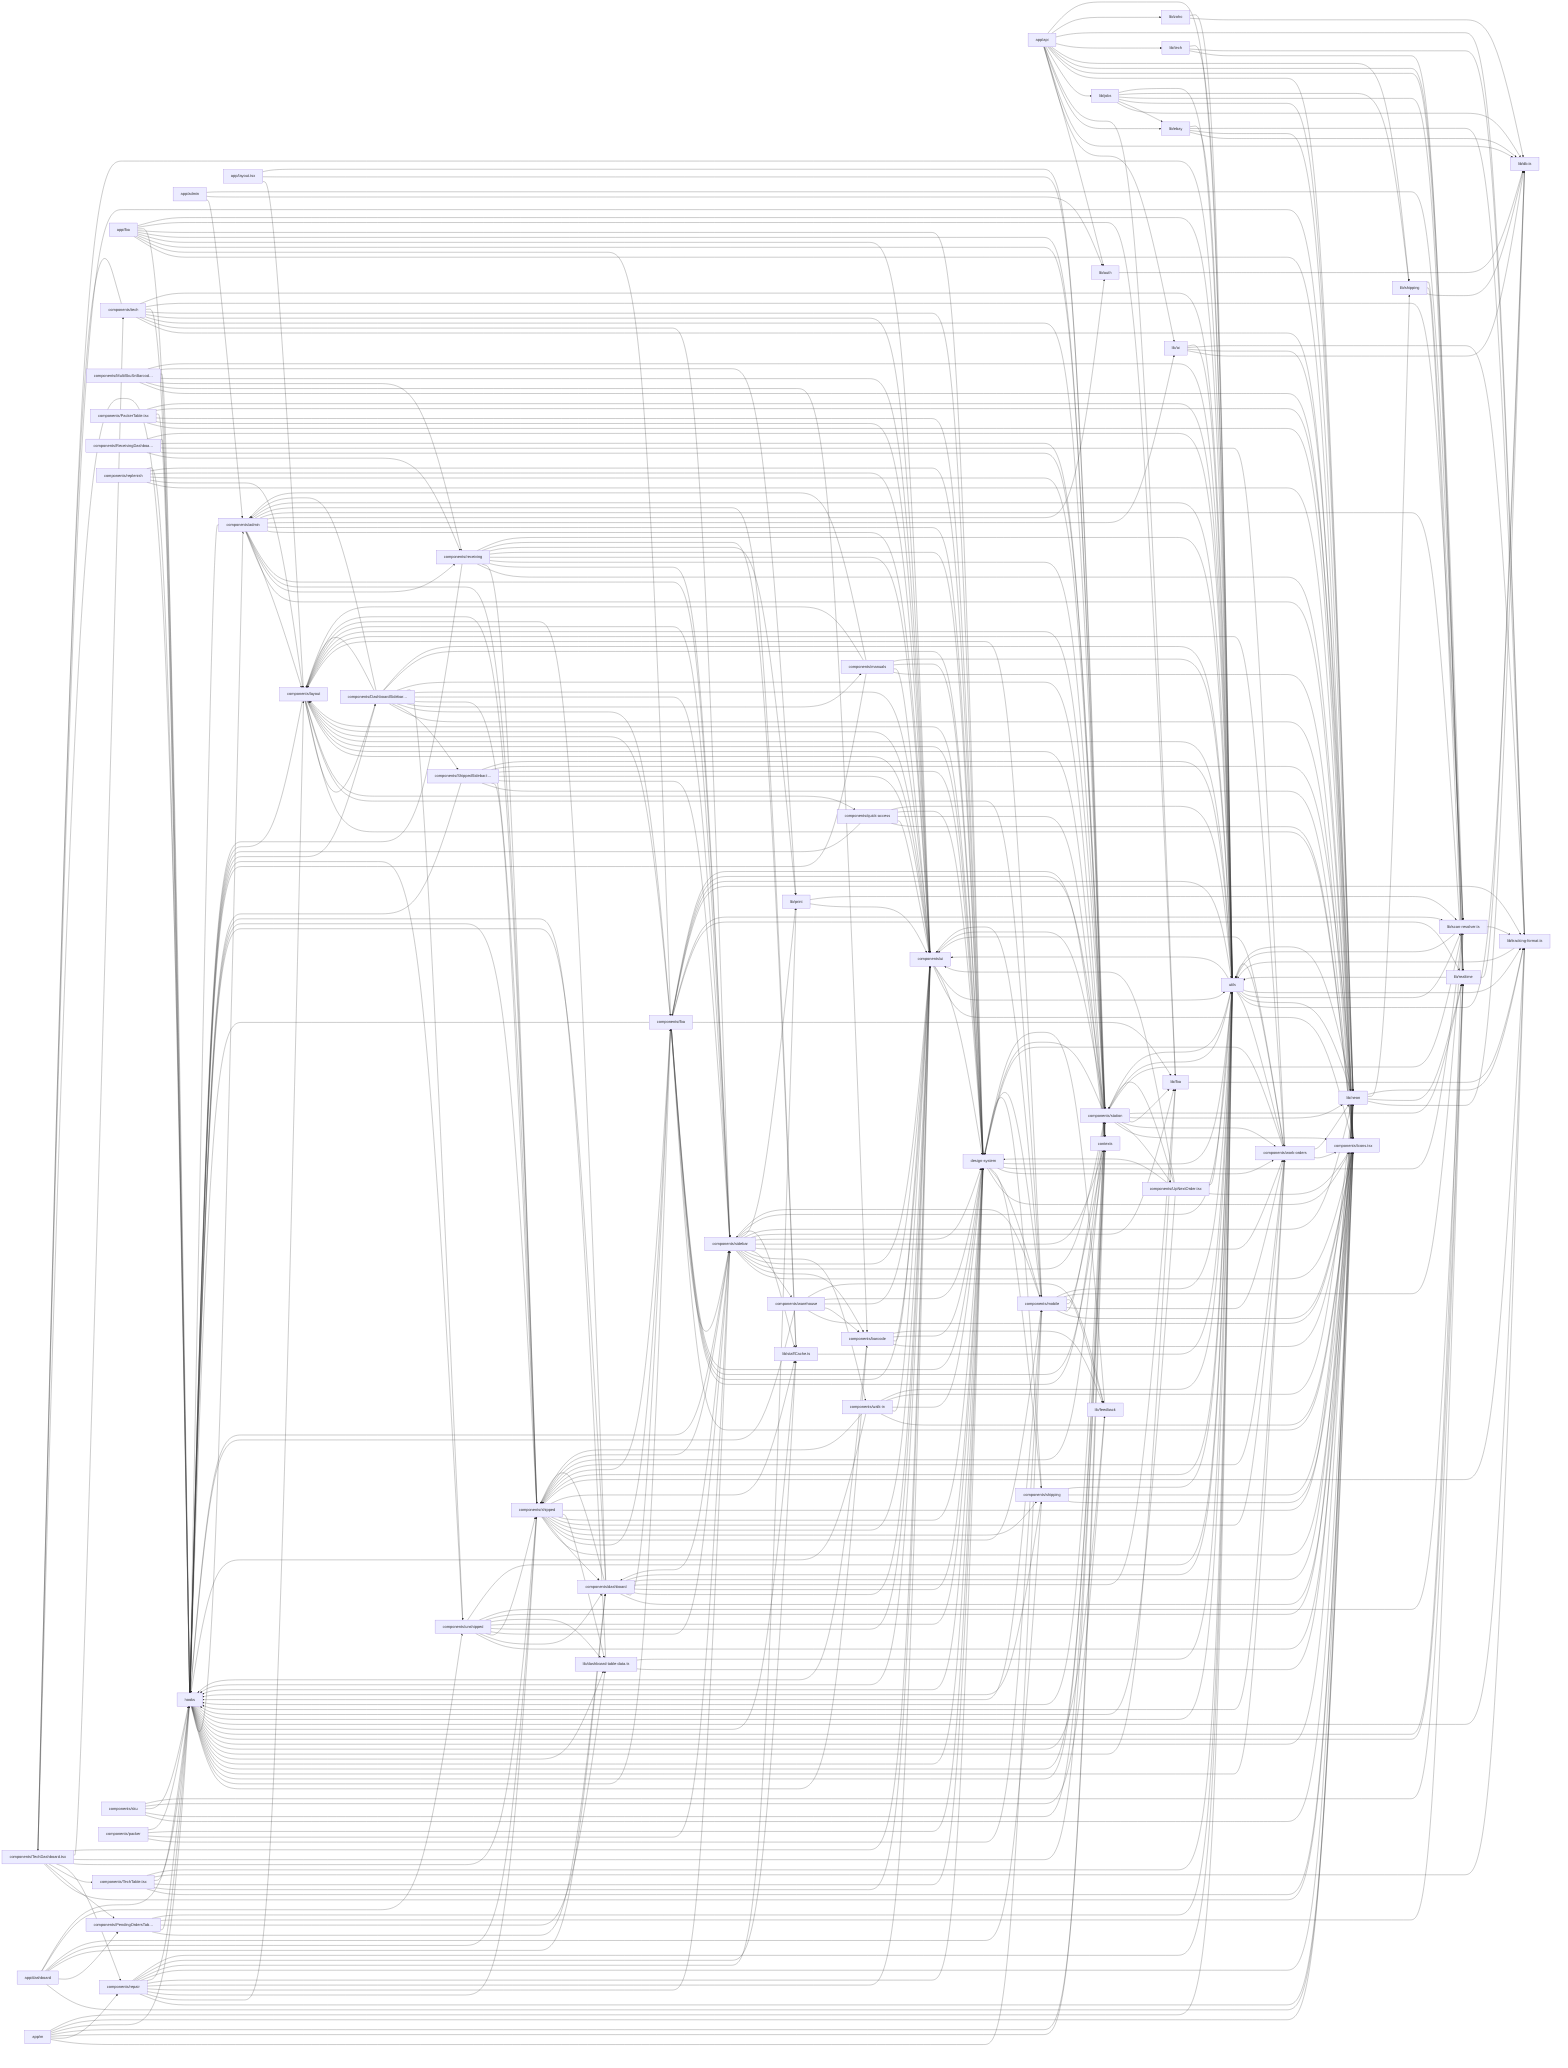
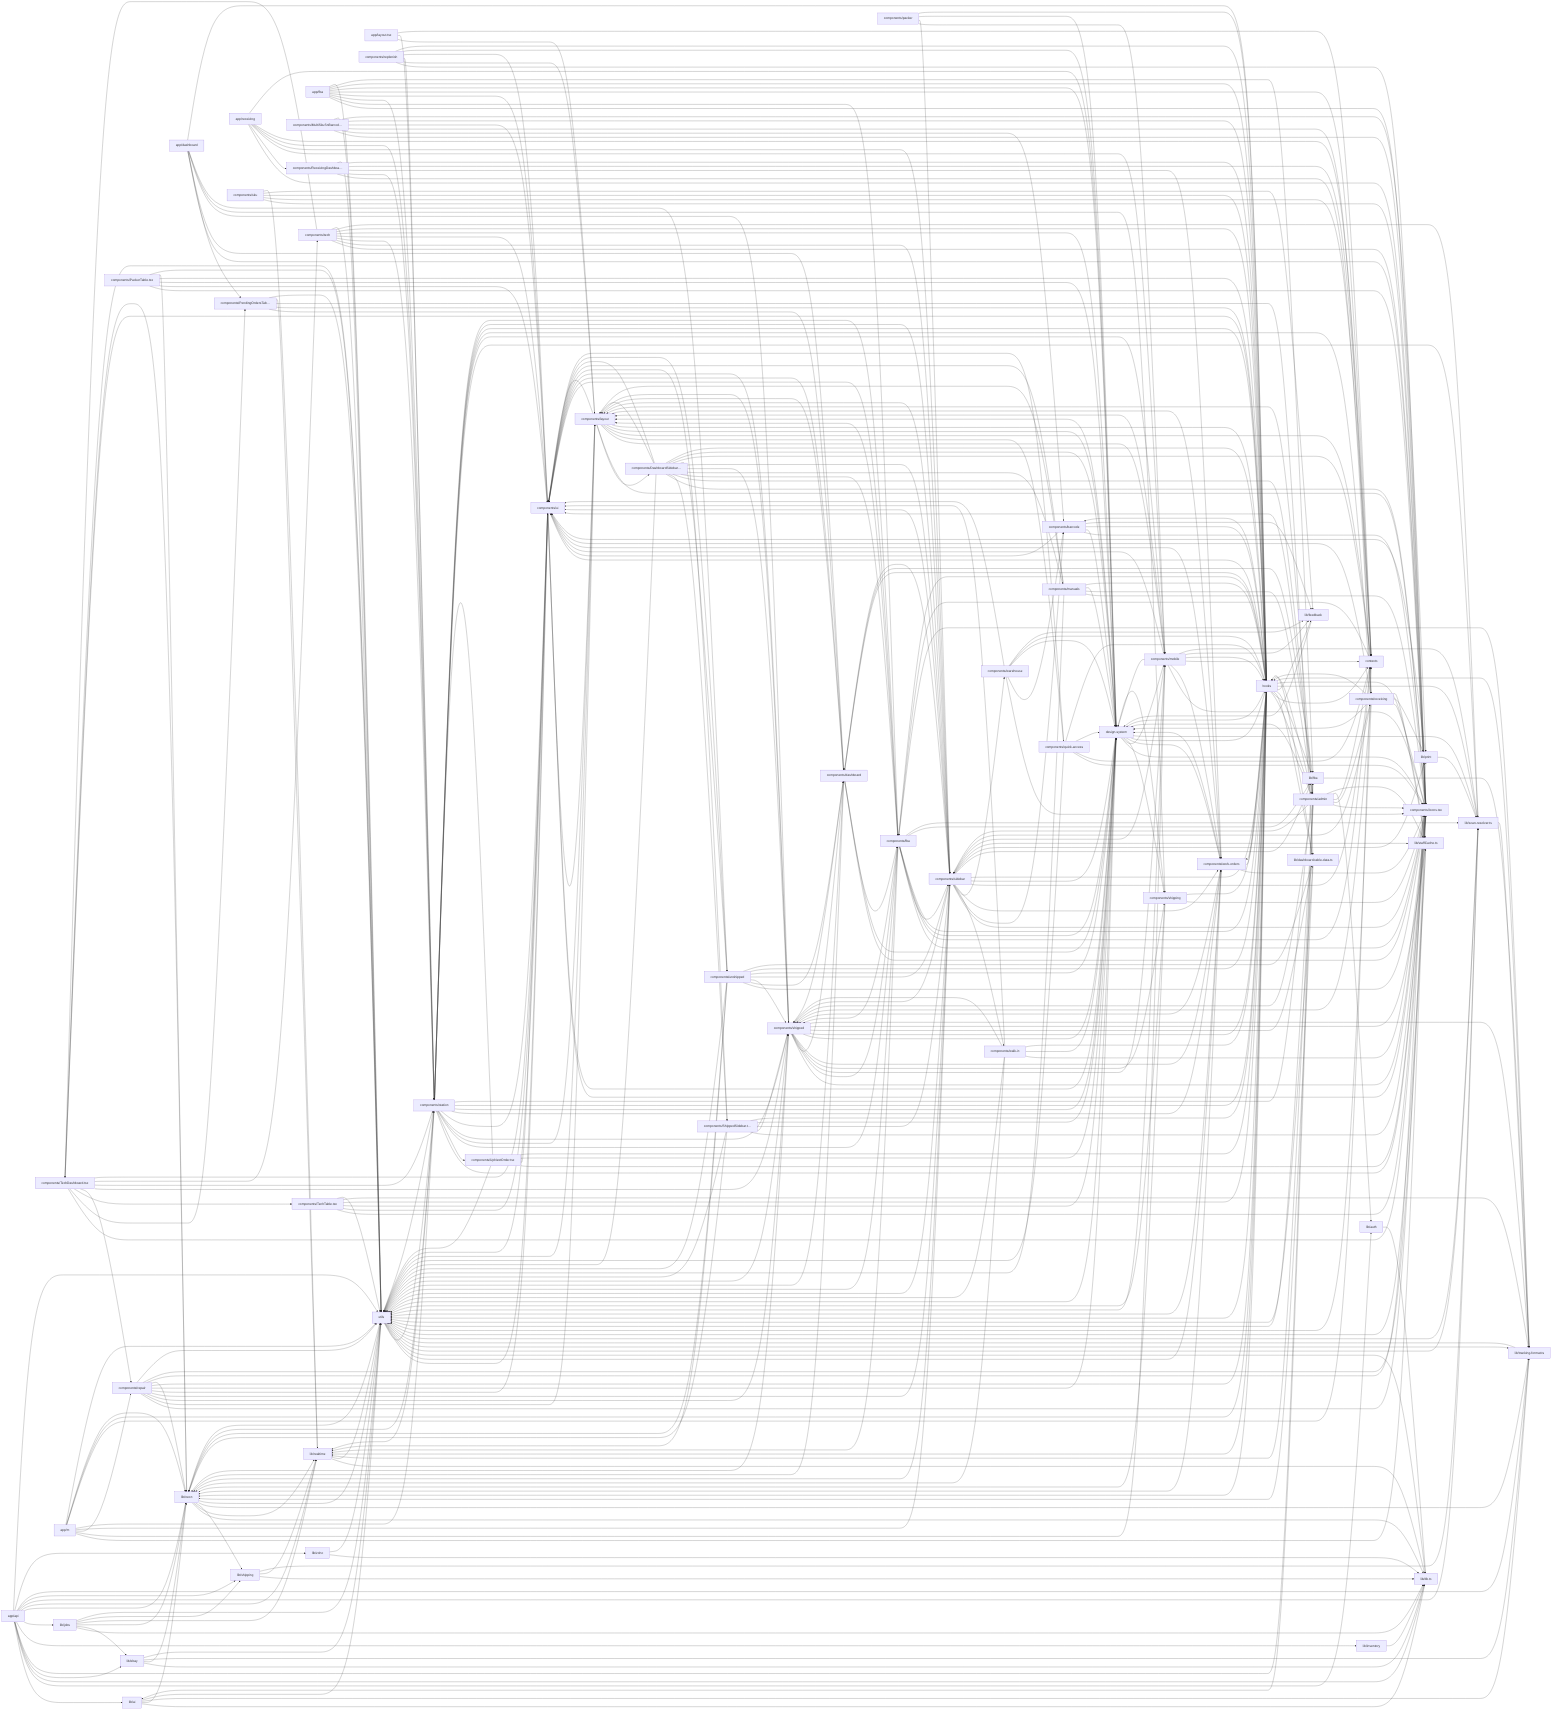
flowchart LR
+   app_api["app/api"]
+   click app_api "src/app/api/scan-tracking/route.ts" "Open src/app/api/scan-tracking/route.ts"
  hooks["hooks"]
  click hooks "src/hooks/useShippedTableData.ts" "Open src/hooks/useShippedTableData.ts"
  utils["utils"]
  click utils "src/utils/receiving-search-history.ts" "Open src/utils/receiving-search-history.ts"
-   app_api["app/api"]
-   click app_api "src/app/api/scan-tracking/route.ts" "Open src/app/api/scan-tracking/route.ts"
+   components_Icons_tsx["components/Icons.tsx"]
+   click components_Icons_tsx "src/components/Icons.tsx" "Open src/components/Icons.tsx"
  design_system["design-system"]
  click design_system "src/design-system/index.ts" "Open src/design-system/index.ts"
-   components_Icons_tsx["components/Icons.tsx"]
-   click components_Icons_tsx "src/components/Icons.tsx" "Open src/components/Icons.tsx"
  components_sidebar["components/sidebar"]
  click components_sidebar "src/components/sidebar/DeviceModeToggle.tsx" "Open src/components/sidebar/DeviceModeToggle.tsx"
  components_ui["components/ui"]
  click components_ui "src/components/ui/DeleteButton.tsx" "Open src/components/ui/DeleteButton.tsx"
+   lib_db_ts["lib/db.ts"]
+   click lib_db_ts "src/lib/db.ts" "Open src/lib/db.ts"
  components_layout["components/layout"]
  click components_layout "src/components/layout/OfflineBanner.tsx" "Open src/components/layout/OfflineBanner.tsx"
  components_shipped["components/shipped"]
  click components_shipped "src/components/shipped/DateGroupHeader.tsx" "Open src/components/shipped/DateGroupHeader.tsx"
+   lib_neon["lib/neon"]
+   click lib_neon "src/lib/neon/serial-units-queries.ts" "Open src/lib/neon/serial-units-queries.ts"
  components_station["components/station"]
  click components_station "src/components/station/BarcodeScanner.tsx" "Open src/components/station/BarcodeScanner.tsx"
-   lib_neon["lib/neon"]
-   click lib_neon "src/lib/neon/serial-units-queries.ts" "Open src/lib/neon/serial-units-queries.ts"
-   lib_db_ts["lib/db.ts"]
-   click lib_db_ts "src/lib/db.ts" "Open src/lib/db.ts"
+   contexts["contexts"]
+   click contexts "src/contexts/HeaderContext.tsx" "Open src/contexts/HeaderContext.tsx"
+   components_admin["components/admin"]
+   click components_admin "src/components/admin/AccessSidebarPanel.tsx" "Open src/components/admin/AccessSidebarPanel.tsx"
  components_fba["components/fba"]
  click components_fba "src/components/fba/FbaShippedTable.tsx" "Open src/components/fba/FbaShippedTable.tsx"
-   contexts["contexts"]
-   click contexts "src/contexts/HeaderContext.tsx" "Open src/contexts/HeaderContext.tsx"
  components_work_orders["components/work-orders"]
  click components_work_orders "src/components/work-orders/WorkOrderInfoStrip.tsx" "Open src/components/work-orders/WorkOrderInfoStrip.tsx"
-   components_admin["components/admin"]
-   click components_admin "src/components/admin/AccessSidebarPanel.tsx" "Open src/components/admin/AccessSidebarPanel.tsx"
  components_mobile["components/mobile"]
  click components_mobile "src/components/mobile/ScanSurface.tsx" "Open src/components/mobile/ScanSurface.tsx"
  lib_realtime["lib/realtime"]
  click lib_realtime "src/lib/realtime/db-events.ts" "Open src/lib/realtime/db-events.ts"
  components_receiving["components/receiving"]
  click components_receiving "src/components/receiving/Mode2Unboxing.tsx" "Open src/components/receiving/Mode2Unboxing.tsx"
  components_DashboardSidebar_tsx["components/DashboardSidebar…"]
  click components_DashboardSidebar_tsx "src/components/DashboardSidebar.tsx" "Open src/components/DashboardSidebar.tsx"
  components_repair["components/repair"]
  click components_repair "src/components/repair/SignaturePad.tsx" "Open src/components/repair/SignaturePad.tsx"
  components_dashboard["components/dashboard"]
  click components_dashboard "src/components/dashboard/StockZohoOrdersTable.tsx" "Open src/components/dashboard/StockZohoOrdersTable.tsx"
  lib_scan_resolver_ts["lib/scan-resolver.ts"]
  click lib_scan_resolver_ts "src/lib/scan-resolver.ts" "Open src/lib/scan-resolver.ts"
  lib_tracking_format_ts["lib/tracking-format.ts"]
  click lib_tracking_format_ts "src/lib/tracking-format.ts" "Open src/lib/tracking-format.ts"
  components_TechDashboard_tsx["components/TechDashboard.tsx"]
  click components_TechDashboard_tsx "src/components/TechDashboard.tsx" "Open src/components/TechDashboard.tsx"
  components_unshipped["components/unshipped"]
  click components_unshipped "src/components/unshipped/UnshippedTable.tsx" "Open src/components/unshipped/UnshippedTable.tsx"
+   lib_auth["lib/auth"]
+   click lib_auth "src/lib/auth/permission-registry.ts" "Open src/lib/auth/permission-registry.ts"
  components_tech["components/tech"]
  click components_tech "src/components/tech/UpNextActionDock.tsx" "Open src/components/tech/UpNextActionDock.tsx"
  lib_jobs["lib/jobs"]
  click lib_jobs "src/lib/jobs/ebay-sync.ts" "Open src/lib/jobs/ebay-sync.ts"
  components_walk_in["components/walk-in"]
  click components_walk_in "src/components/walk-in/SalesDetailsPanel.tsx" "Open src/components/walk-in/SalesDetailsPanel.tsx"
  components_manuals["components/manuals"]
  click components_manuals "src/components/manuals/ManualsLibrarySidebar.tsx" "Open src/components/manuals/ManualsLibrarySidebar.tsx"
  lib_print["lib/print"]
  click lib_print "src/lib/print/printRepairLabel.ts" "Open src/lib/print/printRepairLabel.ts"
  app_fba["app/fba"]
  click app_fba "src/app/fba/page.tsx" "Open src/app/fba/page.tsx"
+   app_m["app/m"]
+   click app_m "src/app/m/enroll/[token]/page.tsx" "Open src/app/m/enroll/[token]/page.tsx"
  components_ShippedSidebar_tsx["components/ShippedSidebar.t…"]
  click components_ShippedSidebar_tsx "src/components/ShippedSidebar.tsx" "Open src/components/ShippedSidebar.tsx"
  components_quick_access["components/quick-access"]
  click components_quick_access "src/components/quick-access/RecentSection.tsx" "Open src/components/quick-access/RecentSection.tsx"
  components_warehouse["components/warehouse"]
  click components_warehouse "src/components/warehouse/FillBar.tsx" "Open src/components/warehouse/FillBar.tsx"
  components_barcode["components/barcode"]
  click components_barcode "src/components/barcode/SkuInput.tsx" "Open src/components/barcode/SkuInput.tsx"
-   lib_auth["lib/auth"]
-   click lib_auth "src/lib/auth/dynamic-route-guard.ts" "Open src/lib/auth/dynamic-route-guard.ts"
  lib_ai["lib/ai"]
  click lib_ai "src/lib/ai/date-range.test.ts" "Open src/lib/ai/date-range.test.ts"
  lib_fba["lib/fba"]
  click lib_fba "src/lib/fba/board-item.ts" "Open src/lib/fba/board-item.ts"
  components_PendingOrdersTable_tsx["components/PendingOrdersTab…"]
  click components_PendingOrdersTable_tsx "src/components/PendingOrdersTable.tsx" "Open src/components/PendingOrdersTable.tsx"
  components_shipping["components/shipping"]
  click components_shipping "src/components/shipping/StaffButtonGrid.tsx" "Open src/components/shipping/StaffButtonGrid.tsx"
  lib_dashboard_table_data_ts["lib/dashboard-table-data.ts"]
  click lib_dashboard_table_data_ts "src/lib/dashboard-table-data.ts" "Open src/lib/dashboard-table-data.ts"
  lib_shipping["lib/shipping"]
  click lib_shipping "src/lib/shipping/repository.ts" "Open src/lib/shipping/repository.ts"
  app_layout_tsx["app/layout.tsx"]
  click app_layout_tsx "src/app/layout.tsx" "Open src/app/layout.tsx"
  app_dashboard["app/dashboard"]
  click app_dashboard "src/app/dashboard/page.tsx" "Open src/app/dashboard/page.tsx"
-   app_m["app/m"]
-   click app_m "src/app/m/enroll/[token]/page.tsx" "Open src/app/m/enroll/[token]/page.tsx"
+   app_receiving["app/receiving"]
+   click app_receiving "src/app/receiving/page.tsx" "Open src/app/receiving/page.tsx"
  components_MultiSkuSnBarcode_tsx["components/MultiSkuSnBarcod…"]
  click components_MultiSkuSnBarcode_tsx "src/components/MultiSkuSnBarcode.tsx" "Open src/components/MultiSkuSnBarcode.tsx"
  components_UpNextOrder_tsx["components/UpNextOrder.tsx"]
  click components_UpNextOrder_tsx "src/components/UpNextOrder.tsx" "Open src/components/UpNextOrder.tsx"
  components_TechTable_tsx["components/TechTable.tsx"]
  click components_TechTable_tsx "src/components/TechTable.tsx" "Open src/components/TechTable.tsx"
  components_PackerTable_tsx["components/PackerTable.tsx"]
  click components_PackerTable_tsx "src/components/PackerTable.tsx" "Open src/components/PackerTable.tsx"
  components_ReceivingDashboard_tsx["components/ReceivingDashboa…"]
  click components_ReceivingDashboard_tsx "src/components/ReceivingDashboard.tsx" "Open src/components/ReceivingDashboard.tsx"
  components_replenish["components/replenish"]
  click components_replenish "src/components/replenish/ReplenishmentReceivingTab.tsx" "Open src/components/replenish/ReplenishmentReceivingTab.tsx"
  components_sku["components/sku"]
  click components_sku "src/components/sku/BinRowDetailsSheet.tsx" "Open src/components/sku/BinRowDetailsSheet.tsx"
  components_packer["components/packer"]
  click components_packer "src/components/packer/PackerPageContent.tsx" "Open src/components/packer/PackerPageContent.tsx"
  lib_staffCache_ts["lib/staffCache.ts"]
  click lib_staffCache_ts "src/lib/staffCache.ts" "Open src/lib/staffCache.ts"
  lib_zoho["lib/zoho"]
  click lib_zoho "src/lib/zoho/mock.ts" "Open src/lib/zoho/mock.ts"
  lib_ebay["lib/ebay"]
  click lib_ebay "src/lib/ebay/token-refresh.ts" "Open src/lib/ebay/token-refresh.ts"
  lib_feedback["lib/feedback"]
  click lib_feedback "src/lib/feedback/confirm.ts" "Open src/lib/feedback/confirm.ts"
-   lib_tech["lib/tech"]
-   click lib_tech "src/lib/tech/resolveStaffIdFromTechParam.ts" "Open src/lib/tech/resolveStaffIdFromTechParam.ts"
-   app_admin["app/admin"]
-   click app_admin "src/app/admin/page.tsx" "Open src/app/admin/page.tsx"
-   app_admin --> components_admin
-   app_admin --> lib_auth
-   app_admin --> lib_scan_resolver_ts
+   lib_inventory["lib/inventory"]
+   click lib_inventory "src/lib/inventory/internal-gtin.ts" "Open src/lib/inventory/internal-gtin.ts"
  app_api --> lib_ai
  app_api --> lib_auth
  app_api --> lib_db_ts
  app_api --> lib_ebay
  app_api --> lib_fba
+   app_api --> lib_inventory
  app_api --> lib_jobs
  app_api --> lib_neon
  app_api --> lib_realtime
  app_api --> lib_scan_resolver_ts
  app_api --> lib_shipping
-   app_api --> lib_tech
  app_api --> lib_tracking_format_ts
  app_api --> lib_zoho
  app_api --> utils
  app_dashboard --> components_Icons_tsx
  app_dashboard --> components_PendingOrdersTable_tsx
  app_dashboard --> components_dashboard
  app_dashboard --> components_shipped
  app_dashboard --> components_shipping
  app_dashboard --> components_unshipped
  app_dashboard --> hooks
  app_fba --> components_Icons_tsx
  app_fba --> components_fba
  app_fba --> components_station
  app_fba --> components_ui
  app_fba --> contexts
  app_fba --> design_system
  app_fba --> hooks
  app_fba --> lib_fba
  app_fba --> utils
  app_layout_tsx --> components_layout
  app_layout_tsx --> components_station
  app_layout_tsx --> contexts
+   app_m --> components_Icons_tsx
  app_m --> components_mobile
  app_m --> components_repair
+   app_m --> components_sidebar
  app_m --> components_station
  app_m --> contexts
  app_m --> hooks
  app_m --> lib_neon
  app_m --> utils
+   app_receiving --> components_Icons_tsx
+   app_receiving --> components_ReceivingDashboard_tsx
+   app_receiving --> components_mobile
+   app_receiving --> components_sidebar
+   app_receiving --> components_station
+   app_receiving --> contexts
+   app_receiving --> design_system
  components_DashboardSidebar_tsx --> components_Icons_tsx
  components_DashboardSidebar_tsx --> components_ShippedSidebar_tsx
  components_DashboardSidebar_tsx --> components_admin
  components_DashboardSidebar_tsx --> components_fba
  components_DashboardSidebar_tsx --> components_layout
  components_DashboardSidebar_tsx --> components_manuals
  components_DashboardSidebar_tsx --> components_shipped
  components_DashboardSidebar_tsx --> components_sidebar
  components_DashboardSidebar_tsx --> components_ui
  components_DashboardSidebar_tsx --> components_unshipped
  components_DashboardSidebar_tsx --> contexts
  components_DashboardSidebar_tsx --> design_system
  components_DashboardSidebar_tsx --> hooks
  components_DashboardSidebar_tsx --> utils
  components_MultiSkuSnBarcode_tsx --> components_Icons_tsx
  components_MultiSkuSnBarcode_tsx --> components_barcode
  components_MultiSkuSnBarcode_tsx --> components_receiving
  components_MultiSkuSnBarcode_tsx --> components_ui
  components_MultiSkuSnBarcode_tsx --> hooks
  components_MultiSkuSnBarcode_tsx --> lib_print
  components_MultiSkuSnBarcode_tsx --> utils
  components_PackerTable_tsx --> components_Icons_tsx
  components_PackerTable_tsx --> components_ui
  components_PackerTable_tsx --> design_system
  components_PackerTable_tsx --> hooks
  components_PackerTable_tsx --> lib_neon
  components_PackerTable_tsx --> utils
  components_PendingOrdersTable_tsx --> components_dashboard
  components_PendingOrdersTable_tsx --> hooks
  components_PendingOrdersTable_tsx --> lib_dashboard_table_data_ts
  components_PendingOrdersTable_tsx --> lib_realtime
  components_PendingOrdersTable_tsx --> utils
  components_ReceivingDashboard_tsx --> components_receiving
  components_ReceivingDashboard_tsx --> components_station
  components_ReceivingDashboard_tsx --> components_work_orders
  components_ReceivingDashboard_tsx --> contexts
  components_ReceivingDashboard_tsx --> hooks
  components_ReceivingDashboard_tsx --> utils
  components_ShippedSidebar_tsx --> components_Icons_tsx
  components_ShippedSidebar_tsx --> components_shipped
  components_ShippedSidebar_tsx --> components_sidebar
  components_ShippedSidebar_tsx --> components_ui
  components_ShippedSidebar_tsx --> design_system
  components_ShippedSidebar_tsx --> hooks
  components_ShippedSidebar_tsx --> lib_neon
  components_ShippedSidebar_tsx --> utils
  components_TechDashboard_tsx --> components_Icons_tsx
  components_TechDashboard_tsx --> components_PendingOrdersTable_tsx
  components_TechDashboard_tsx --> components_TechTable_tsx
  components_TechDashboard_tsx --> components_repair
  components_TechDashboard_tsx --> components_shipped
  components_TechDashboard_tsx --> components_station
  components_TechDashboard_tsx --> components_tech
  components_TechDashboard_tsx --> components_ui
  components_TechDashboard_tsx --> hooks
  components_TechDashboard_tsx --> lib_neon
  components_TechDashboard_tsx --> utils
  components_TechTable_tsx --> components_Icons_tsx
  components_TechTable_tsx --> components_ui
  components_TechTable_tsx --> design_system
  components_TechTable_tsx --> hooks
  components_TechTable_tsx --> lib_tracking_format_ts
  components_TechTable_tsx --> utils
  components_UpNextOrder_tsx --> components_Icons_tsx
  components_UpNextOrder_tsx --> components_station
  components_UpNextOrder_tsx --> components_ui
  components_UpNextOrder_tsx --> design_system
  components_UpNextOrder_tsx --> hooks
  components_UpNextOrder_tsx --> utils
  components_admin --> components_Icons_tsx
  components_admin --> components_layout
  components_admin --> components_receiving
  components_admin --> components_shipped
  components_admin --> components_sidebar
  components_admin --> components_ui
+   components_admin --> contexts
  components_admin --> design_system
  components_admin --> hooks
  components_admin --> lib_ai
  components_admin --> lib_auth
  components_admin --> lib_realtime
  components_admin --> lib_staffCache_ts
  components_admin --> utils
  components_barcode --> components_Icons_tsx
  components_barcode --> components_ui
  components_barcode --> design_system
  components_barcode --> hooks
  components_barcode --> lib_feedback
  components_dashboard --> components_Icons_tsx
  components_dashboard --> components_fba
  components_dashboard --> components_layout
  components_dashboard --> components_shipped
  components_dashboard --> components_ui
  components_dashboard --> design_system
  components_dashboard --> hooks
  components_dashboard --> lib_fba
  components_dashboard --> lib_neon
  components_dashboard --> utils
  components_fba --> components_Icons_tsx
  components_fba --> components_layout
  components_fba --> components_shipped
  components_fba --> components_sidebar
  components_fba --> components_station
  components_fba --> components_ui
  components_fba --> contexts
  components_fba --> design_system
  components_fba --> hooks
  components_fba --> lib_fba
  components_fba --> lib_realtime
  components_fba --> lib_scan_resolver_ts
  components_fba --> lib_tracking_format_ts
  components_fba --> utils
  components_layout --> components_DashboardSidebar_tsx
  components_layout --> components_Icons_tsx
  components_layout --> components_mobile
  components_layout --> components_quick_access
  components_layout --> components_ui
  components_layout --> contexts
  components_layout --> design_system
  components_layout --> hooks
  components_layout --> utils
  components_manuals --> components_Icons_tsx
  components_manuals --> components_admin
  components_manuals --> components_layout
  components_manuals --> components_ui
  components_manuals --> design_system
  components_manuals --> hooks
  components_manuals --> utils
  components_mobile --> components_Icons_tsx
  components_mobile --> components_layout
  components_mobile --> components_sidebar
  components_mobile --> components_station
  components_mobile --> components_ui
  components_mobile --> components_work_orders
  components_mobile --> contexts
  components_mobile --> design_system
  components_mobile --> hooks
  components_mobile --> lib_feedback
  components_mobile --> lib_scan_resolver_ts
  components_mobile --> utils
  components_packer --> components_mobile
  components_packer --> components_sidebar
  components_packer --> design_system
  components_packer --> hooks
  components_quick_access --> components_Icons_tsx
  components_quick_access --> components_ui
  components_quick_access --> contexts
  components_quick_access --> design_system
  components_quick_access --> hooks
  components_quick_access --> utils
  components_receiving --> components_Icons_tsx
  components_receiving --> components_shipped
  components_receiving --> components_sidebar
  components_receiving --> components_station
  components_receiving --> components_ui
  components_receiving --> design_system
  components_receiving --> hooks
  components_receiving --> lib_print
  components_receiving --> lib_staffCache_ts
  components_receiving --> utils
  components_repair --> components_Icons_tsx
  components_repair --> components_layout
  components_repair --> components_shipped
  components_repair --> components_sidebar
  components_repair --> components_ui
  components_repair --> design_system
  components_repair --> hooks
  components_repair --> lib_neon
  components_repair --> lib_print
  components_repair --> lib_staffCache_ts
  components_repair --> utils
  components_replenish --> components_Icons_tsx
  components_replenish --> components_layout
  components_replenish --> components_station
  components_replenish --> components_ui
  components_replenish --> design_system
  components_replenish --> hooks
  components_shipped --> components_Icons_tsx
  components_shipped --> components_dashboard
  components_shipped --> components_fba
  components_shipped --> components_layout
  components_shipped --> components_mobile
  components_shipped --> components_shipping
  components_shipped --> components_ui
  components_shipped --> components_work_orders
  components_shipped --> design_system
  components_shipped --> hooks
  components_shipped --> lib_dashboard_table_data_ts
  components_shipped --> lib_neon
  components_shipped --> lib_staffCache_ts
  components_shipped --> lib_tracking_format_ts
  components_shipped --> utils
  components_shipping --> components_Icons_tsx
  components_shipping --> design_system
  components_shipping --> hooks
  components_shipping --> lib_neon
  components_shipping --> utils
  components_sidebar --> components_Icons_tsx
  components_sidebar --> components_barcode
  components_sidebar --> components_dashboard
  components_sidebar --> components_layout
  components_sidebar --> components_shipped
  components_sidebar --> components_station
  components_sidebar --> components_ui
  components_sidebar --> components_walk_in
  components_sidebar --> components_warehouse
  components_sidebar --> components_work_orders
  components_sidebar --> contexts
  components_sidebar --> design_system
  components_sidebar --> hooks
  components_sidebar --> lib_fba
  components_sidebar --> lib_neon
  components_sidebar --> lib_print
  components_sidebar --> lib_staffCache_ts
  components_sidebar --> utils
  components_sku --> components_Icons_tsx
  components_sku --> contexts
  components_sku --> hooks
  components_sku --> lib_feedback
  components_sku --> lib_realtime
  components_station --> components_Icons_tsx
  components_station --> components_UpNextOrder_tsx
  components_station --> components_fba
  components_station --> components_layout
  components_station --> components_shipped
  components_station --> components_ui
  components_station --> components_work_orders
  components_station --> design_system
  components_station --> hooks
  components_station --> lib_fba
  components_station --> lib_neon
  components_station --> lib_realtime
  components_station --> lib_scan_resolver_ts
  components_station --> utils
  components_tech --> components_Icons_tsx
  components_tech --> components_TechDashboard_tsx
  components_tech --> components_sidebar
  components_tech --> components_station
  components_tech --> components_ui
  components_tech --> design_system
  components_tech --> hooks
  components_tech --> lib_scan_resolver_ts
  components_tech --> utils
  components_ui --> components_Icons_tsx
  components_ui --> components_layout
  components_ui --> design_system
  components_ui --> hooks
  components_ui --> utils
  components_unshipped --> components_Icons_tsx
  components_unshipped --> components_dashboard
  components_unshipped --> components_shipped
  components_unshipped --> components_sidebar
  components_unshipped --> components_ui
  components_unshipped --> design_system
  components_unshipped --> hooks
  components_unshipped --> lib_dashboard_table_data_ts
  components_unshipped --> lib_neon
  components_unshipped --> lib_realtime
  components_unshipped --> utils
  components_walk_in --> components_Icons_tsx
  components_walk_in --> components_shipped
  components_walk_in --> components_ui
  components_walk_in --> design_system
  components_walk_in --> hooks
  components_walk_in --> lib_neon
  components_walk_in --> utils
  components_warehouse --> components_Icons_tsx
  components_warehouse --> components_barcode
  components_warehouse --> components_ui
  components_warehouse --> design_system
  components_warehouse --> hooks
  components_warehouse --> lib_feedback
  components_work_orders --> components_Icons_tsx
  components_work_orders --> components_layout
  components_work_orders --> components_shipped
  components_work_orders --> components_ui
  components_work_orders --> design_system
  components_work_orders --> hooks
  components_work_orders --> lib_neon
  components_work_orders --> utils
  contexts --> components_fba
  design_system --> components_Icons_tsx
  design_system --> components_layout
  design_system --> components_mobile
  design_system --> components_shipping
  design_system --> components_work_orders
  design_system --> hooks
  design_system --> lib_scan_resolver_ts
  design_system --> utils
  hooks --> components_admin
  hooks --> components_barcode
  hooks --> components_fba
  hooks --> components_station
  hooks --> components_work_orders
  hooks --> contexts
  hooks --> design_system
  hooks --> lib_dashboard_table_data_ts
  hooks --> lib_fba
  hooks --> lib_feedback
  hooks --> lib_neon
  hooks --> lib_realtime
  hooks --> lib_scan_resolver_ts
  hooks --> lib_staffCache_ts
  hooks --> lib_tracking_format_ts
  hooks --> utils
  lib_ai --> lib_db_ts
  lib_ai --> lib_neon
  lib_ai --> lib_tracking_format_ts
  lib_ai --> utils
  lib_auth --> lib_db_ts
  lib_dashboard_table_data_ts --> hooks
  lib_dashboard_table_data_ts --> lib_neon
  lib_dashboard_table_data_ts --> utils
  lib_ebay --> lib_db_ts
  lib_ebay --> lib_neon
  lib_ebay --> lib_tracking_format_ts
  lib_ebay --> utils
  lib_fba --> lib_tracking_format_ts
  lib_feedback --> design_system
+   lib_inventory --> lib_db_ts
  lib_jobs --> lib_db_ts
  lib_jobs --> lib_ebay
  lib_jobs --> lib_neon
  lib_jobs --> lib_realtime
  lib_jobs --> lib_shipping
  lib_jobs --> utils
  lib_neon --> lib_db_ts
  lib_neon --> lib_realtime
  lib_neon --> lib_shipping
  lib_neon --> lib_tracking_format_ts
  lib_neon --> utils
  lib_print --> components_ui
  lib_print --> lib_scan_resolver_ts
  lib_realtime --> lib_db_ts
  lib_realtime --> utils
  lib_scan_resolver_ts --> lib_tracking_format_ts
  lib_scan_resolver_ts --> utils
  lib_shipping --> lib_db_ts
  lib_shipping --> lib_realtime
  lib_shipping --> lib_scan_resolver_ts
  lib_staffCache_ts --> utils
-   lib_tech --> lib_realtime
-   lib_tech --> lib_tracking_format_ts
-   lib_tech --> utils
  lib_tracking_format_ts --> utils
  lib_zoho --> lib_db_ts
  lib_zoho --> utils
  utils --> components_station
  utils --> components_ui
  utils --> components_work_orders
  utils --> lib_db_ts
  utils --> lib_neon
  utils --> lib_scan_resolver_ts
  utils --> lib_tracking_format_ts
-   %% truncated: 140 more groups not shown+   %% truncated: 153 more groups not shown